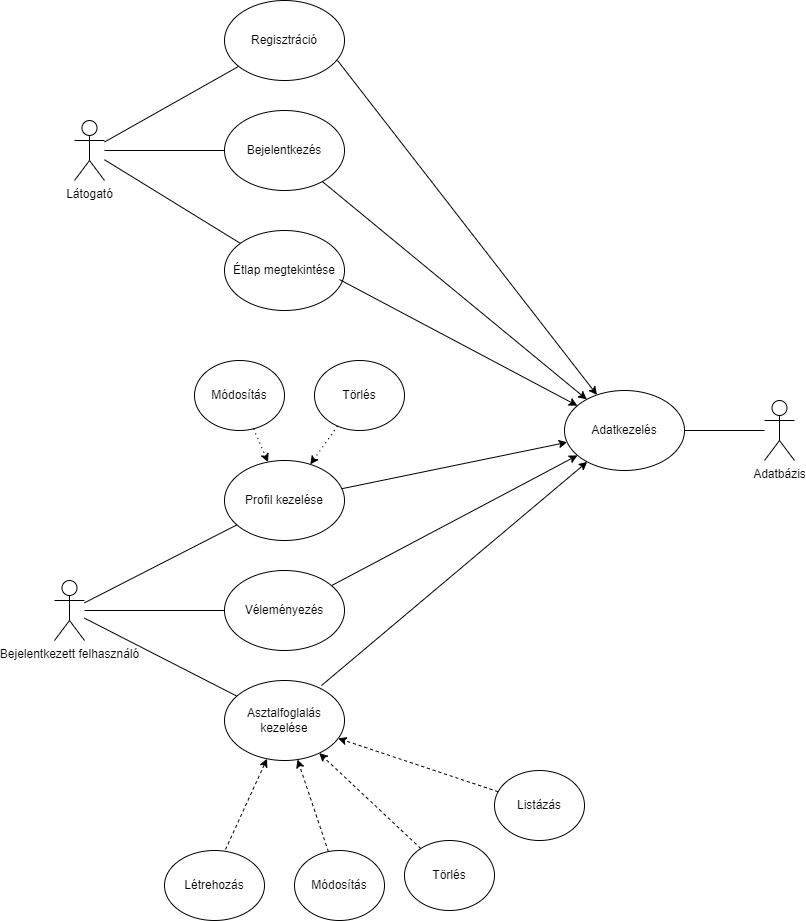
The draw.io diagram diagrammok/usecase_diagram.png in nacsagergo1/rendszerfejlesztes, before a commit. Source tidied: cells renumbered, new cells last; positions are measured from the earlier drawing's top-left corner, leaving out a move shared by most shapes. Source of this version:
```xml
<mxGraphModel>
  <root>
    <mxCell id="0" />
    <mxCell id="1" parent="0" />
    <mxCell id="2" value="Látogató" style="shape=umlActor;verticalLabelPosition=bottom;verticalAlign=top;html=1;outlineConnect=0;" parent="1" vertex="1">
      <mxGeometry x="20" y="120" width="30" height="60" as="geometry" />
    </mxCell>
    <mxCell id="3" value="Bejelentkezett felhasználó&lt;div&gt;&lt;br&gt;&lt;/div&gt;" style="shape=umlActor;verticalLabelPosition=bottom;verticalAlign=top;html=1;outlineConnect=0;" parent="1" vertex="1">
      <mxGeometry y="580" width="30" height="60" as="geometry" />
    </mxCell>
    <mxCell id="4" value="Bejelentkezés" style="ellipse;whiteSpace=wrap;html=1;" parent="1" vertex="1">
      <mxGeometry x="170" y="110" width="120" height="80" as="geometry" />
    </mxCell>
    <mxCell id="5" value="Asztalfoglalás kezelése" style="ellipse;whiteSpace=wrap;html=1;" parent="1" vertex="1">
      <mxGeometry x="170" y="680" width="120" height="80" as="geometry" />
    </mxCell>
    <mxCell id="6" value="Étla&lt;span style=&quot;background-color: initial;&quot;&gt;p megtekintése&lt;/span&gt;" style="ellipse;whiteSpace=wrap;html=1;" parent="1" vertex="1">
      <mxGeometry x="170" y="230" width="120" height="80" as="geometry" />
    </mxCell>
    <mxCell id="7" value="Regisztráció" style="ellipse;whiteSpace=wrap;html=1;" parent="1" vertex="1">
      <mxGeometry x="170" width="120" height="80" as="geometry" />
    </mxCell>
    <mxCell id="8" value="Létrehozás" style="ellipse;whiteSpace=wrap;html=1;" parent="1" vertex="1">
      <mxGeometry x="110" y="850" width="100" height="70" as="geometry" />
    </mxCell>
    <mxCell id="9" value="Módosítás" style="ellipse;whiteSpace=wrap;html=1;" parent="1" vertex="1">
      <mxGeometry x="240" y="850" width="90" height="70" as="geometry" />
    </mxCell>
    <mxCell id="10" value="Törlés" style="ellipse;whiteSpace=wrap;html=1;" parent="1" vertex="1">
      <mxGeometry x="350" y="840" width="90" height="70" as="geometry" />
    </mxCell>
    <mxCell id="11" value="Listázás" style="ellipse;whiteSpace=wrap;html=1;" parent="1" vertex="1">
      <mxGeometry x="440" y="770" width="90" height="70" as="geometry" />
    </mxCell>
    <mxCell id="12" style="endArrow=classic;html=1;rounded=0;dashed=1;exitX=0.61;exitY=-0.014;exitDx=0;exitDy=0;exitPerimeter=0;" parent="1" edge="1" source="8" target="5">
      <mxGeometry relative="1" as="geometry" />
    </mxCell>
    <mxCell id="13" style="endArrow=classic;html=1;rounded=0;dashed=1;" parent="1" edge="1" source="10" target="5">
      <mxGeometry relative="1" as="geometry" />
    </mxCell>
    <mxCell id="14" style="endArrow=classic;html=1;rounded=0;dashed=1;" parent="1" edge="1" source="9" target="5">
      <mxGeometry relative="1" as="geometry" />
    </mxCell>
    <mxCell id="15" style="endArrow=classic;html=1;rounded=0;dashed=1;" parent="1" edge="1" source="11" target="5">
      <mxGeometry relative="1" as="geometry" />
    </mxCell>
    <mxCell id="16" value="Véleményezés" style="ellipse;whiteSpace=wrap;html=1;" parent="1" vertex="1">
      <mxGeometry x="170" y="570" width="120" height="80" as="geometry" />
    </mxCell>
    <mxCell id="17" value="Profil kezelése" style="ellipse;whiteSpace=wrap;html=1;" parent="1" vertex="1">
      <mxGeometry x="170" y="460" width="120" height="80" as="geometry" />
    </mxCell>
    <mxCell id="18" value="Módosítás" style="ellipse;whiteSpace=wrap;html=1;" parent="1" vertex="1">
      <mxGeometry x="140" y="360" width="90" height="70" as="geometry" />
    </mxCell>
    <mxCell id="19" value="Törlés" style="ellipse;whiteSpace=wrap;html=1;" parent="1" vertex="1">
      <mxGeometry x="260" y="360" width="90" height="70" as="geometry" />
    </mxCell>
    <mxCell id="20" style="endArrow=classic;html=1;rounded=0;dashed=1;dashPattern=1 4;" parent="1" edge="1" source="18" target="17">
      <mxGeometry relative="1" as="geometry" />
    </mxCell>
    <mxCell id="21" style="endArrow=classic;html=1;rounded=0;dashed=1;dashPattern=1 4;" parent="1" edge="1" source="19" target="17">
      <mxGeometry relative="1" as="geometry" />
    </mxCell>
    <mxCell id="22" value="Adatbázis" style="shape=umlActor;verticalLabelPosition=bottom;verticalAlign=top;html=1;outlineConnect=0;" parent="1" vertex="1">
      <mxGeometry x="710" y="400" width="30" height="60" as="geometry" />
    </mxCell>
    <mxCell id="23" value="Adatkezelés" style="ellipse;whiteSpace=wrap;html=1;" parent="1" vertex="1">
      <mxGeometry x="510" y="390" width="120" height="80" as="geometry" />
    </mxCell>
    <mxCell id="24" style="endArrow=none;html=1;rounded=0;" parent="1" edge="1" source="23" target="22">
      <mxGeometry relative="1" as="geometry" />
    </mxCell>
    <mxCell id="25" style="endArrow=none;html=1;rounded=0;" parent="1" edge="1" source="2" target="7">
      <mxGeometry relative="1" as="geometry" />
    </mxCell>
    <mxCell id="26" style="endArrow=none;html=1;rounded=0;" parent="1" edge="1" source="2" target="4">
      <mxGeometry relative="1" as="geometry" />
    </mxCell>
    <mxCell id="27" style="endArrow=none;html=1;rounded=0;" parent="1" edge="1" source="2" target="6">
      <mxGeometry relative="1" as="geometry" />
    </mxCell>
    <mxCell id="28" style="endArrow=none;html=1;rounded=0;" parent="1" edge="1" source="3" target="17">
      <mxGeometry relative="1" as="geometry" />
    </mxCell>
    <mxCell id="29" style="endArrow=none;html=1;rounded=0;" parent="1" edge="1" source="3" target="16">
      <mxGeometry relative="1" as="geometry" />
    </mxCell>
    <mxCell id="30" style="endArrow=none;html=1;rounded=0;" parent="1" edge="1" source="3" target="5">
      <mxGeometry relative="1" as="geometry" />
    </mxCell>
    <mxCell id="31" style="endArrow=classic;html=1;rounded=0;" parent="1" edge="1" source="16" target="23">
      <mxGeometry relative="1" as="geometry" />
    </mxCell>
    <mxCell id="32" style="endArrow=classic;html=1;rounded=0;exitX=0.808;exitY=0.063;exitDx=0;exitDy=0;exitPerimeter=0;" parent="1" edge="1" source="5" target="23">
      <mxGeometry relative="1" as="geometry" />
    </mxCell>
    <mxCell id="33" style="endArrow=classic;html=1;rounded=0;" parent="1" edge="1" source="17" target="23">
      <mxGeometry relative="1" as="geometry" />
    </mxCell>
    <mxCell id="34" style="endArrow=classic;html=1;rounded=0;exitX=0.958;exitY=0.613;exitDx=0;exitDy=0;exitPerimeter=0;" parent="1" edge="1" source="6" target="23">
      <mxGeometry relative="1" as="geometry" />
    </mxCell>
    <mxCell id="35" style="endArrow=classic;html=1;rounded=0;" parent="1" edge="1" source="4" target="23">
      <mxGeometry relative="1" as="geometry" />
    </mxCell>
    <mxCell id="36" style="endArrow=classic;html=1;rounded=0;exitX=0.942;exitY=0.75;exitDx=0;exitDy=0;exitPerimeter=0;" parent="1" edge="1" source="7" target="23">
      <mxGeometry relative="1" as="geometry" />
    </mxCell>
  </root>
</mxGraphModel>
```
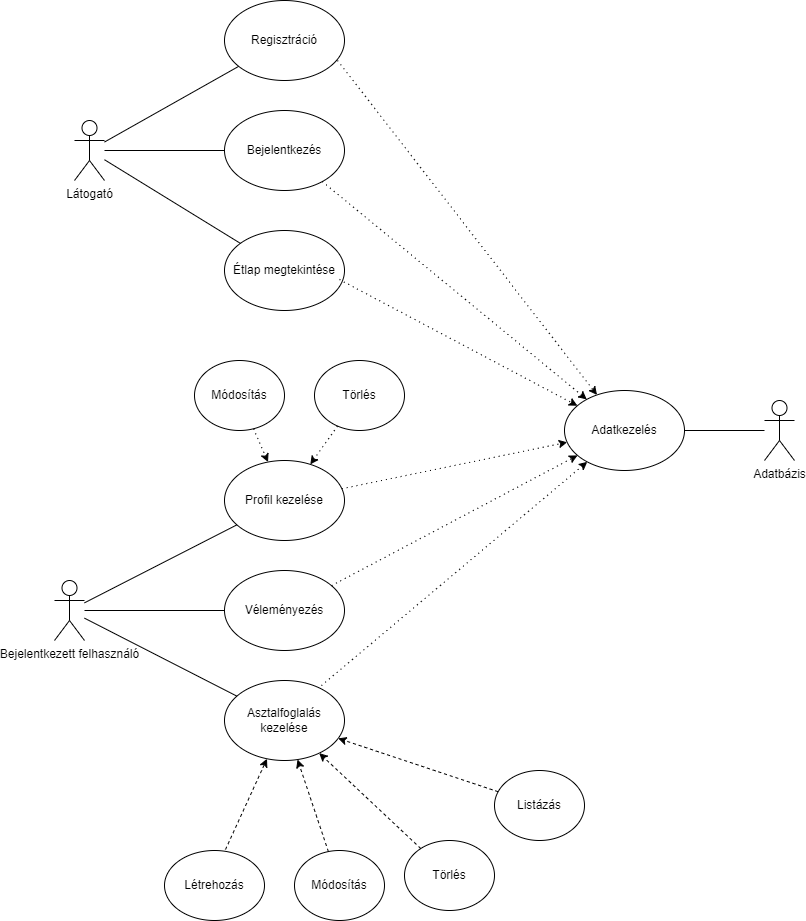
After the commit.

Diff of the diagram source:
```diff
@@ -89,22 +89,22 @@
     <mxCell id="30" style="endArrow=none;html=1;rounded=0;" parent="1" edge="1" source="3" target="5">
       <mxGeometry relative="1" as="geometry" />
     </mxCell>
-    <mxCell id="31" style="endArrow=classic;html=1;rounded=0;" parent="1" edge="1" source="16" target="23">
+    <mxCell id="31" style="endArrow=classic;html=1;rounded=0;dashed=1;dashPattern=1 4;" parent="1" edge="1" source="16" target="23">
       <mxGeometry relative="1" as="geometry" />
     </mxCell>
-    <mxCell id="32" style="endArrow=classic;html=1;rounded=0;exitX=0.808;exitY=0.063;exitDx=0;exitDy=0;exitPerimeter=0;" parent="1" edge="1" source="5" target="23">
+    <mxCell id="32" style="endArrow=classic;html=1;rounded=0;exitX=0.808;exitY=0.063;exitDx=0;exitDy=0;exitPerimeter=0;dashed=1;dashPattern=1 4;" parent="1" edge="1" source="5" target="23">
       <mxGeometry relative="1" as="geometry" />
     </mxCell>
-    <mxCell id="33" style="endArrow=classic;html=1;rounded=0;" parent="1" edge="1" source="17" target="23">
+    <mxCell id="33" style="endArrow=classic;html=1;rounded=0;dashed=1;dashPattern=1 4;" parent="1" edge="1" source="17" target="23">
       <mxGeometry relative="1" as="geometry" />
     </mxCell>
-    <mxCell id="34" style="endArrow=classic;html=1;rounded=0;exitX=0.958;exitY=0.613;exitDx=0;exitDy=0;exitPerimeter=0;" parent="1" edge="1" source="6" target="23">
+    <mxCell id="34" style="endArrow=classic;html=1;rounded=0;exitX=0.958;exitY=0.613;exitDx=0;exitDy=0;exitPerimeter=0;dashed=1;dashPattern=1 4;" parent="1" edge="1" source="6" target="23">
       <mxGeometry relative="1" as="geometry" />
     </mxCell>
-    <mxCell id="35" style="endArrow=classic;html=1;rounded=0;" parent="1" edge="1" source="4" target="23">
+    <mxCell id="35" style="endArrow=classic;html=1;rounded=0;dashed=1;dashPattern=1 4;" parent="1" edge="1" source="4" target="23">
       <mxGeometry relative="1" as="geometry" />
     </mxCell>
-    <mxCell id="36" style="endArrow=classic;html=1;rounded=0;exitX=0.942;exitY=0.75;exitDx=0;exitDy=0;exitPerimeter=0;" parent="1" edge="1" source="7" target="23">
+    <mxCell id="36" style="endArrow=classic;html=1;rounded=0;exitX=0.942;exitY=0.75;exitDx=0;exitDy=0;exitPerimeter=0;dashed=1;dashPattern=1 4;" parent="1" edge="1" source="7" target="23">
       <mxGeometry relative="1" as="geometry" />
     </mxCell>
   </root>
```
